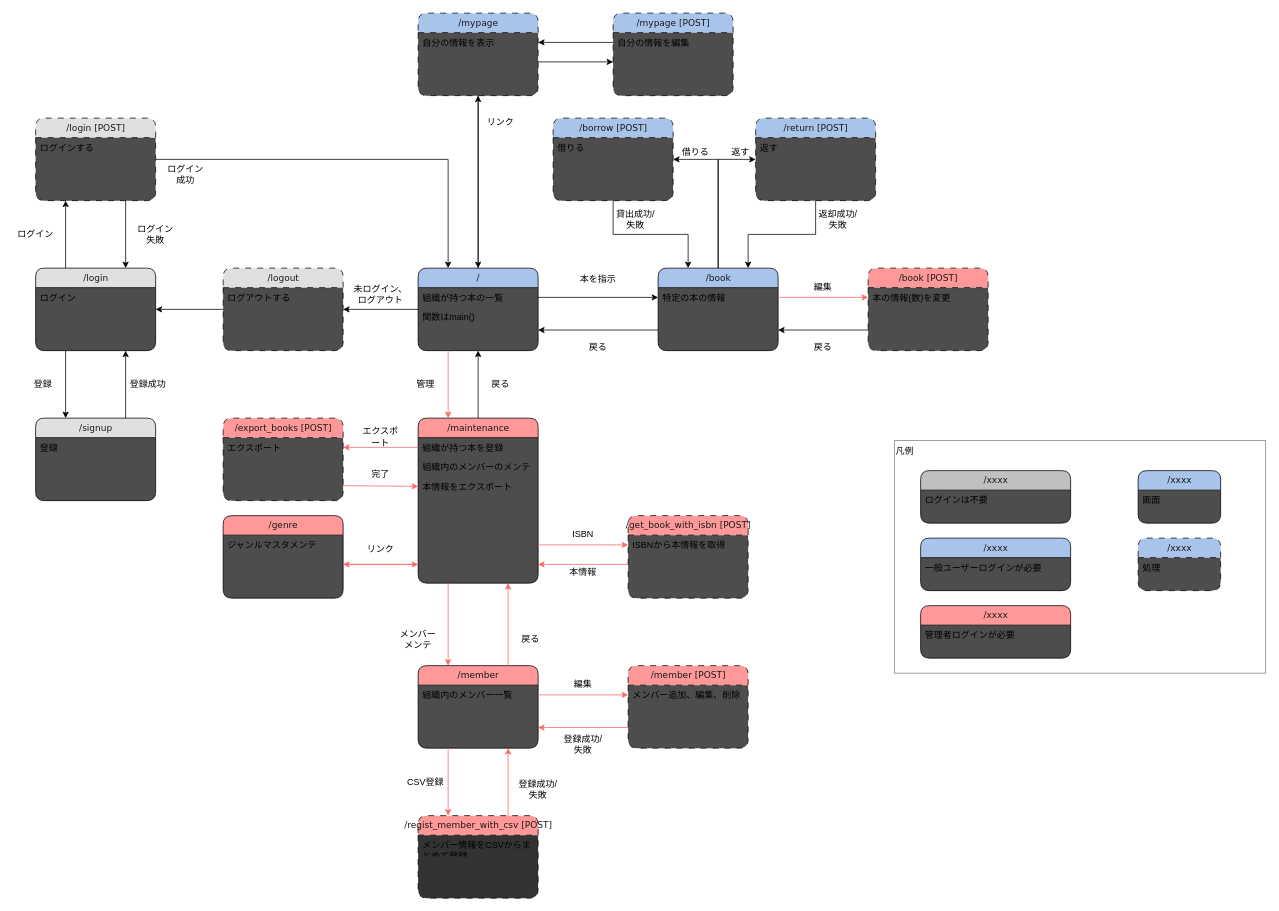
This is doc/screen_transition_diagram.drawio from yo16/bookshelf_2023, a draw.io file, before an edit. Source tidied: cells renumbered, new cells numbered last; positions are measured from the earlier drawing's top-left corner, leaving out a move shared by most shapes. Both pictures are drawn from the tidied source at 75%, with x=0, y=0 at pixel (13, 13).
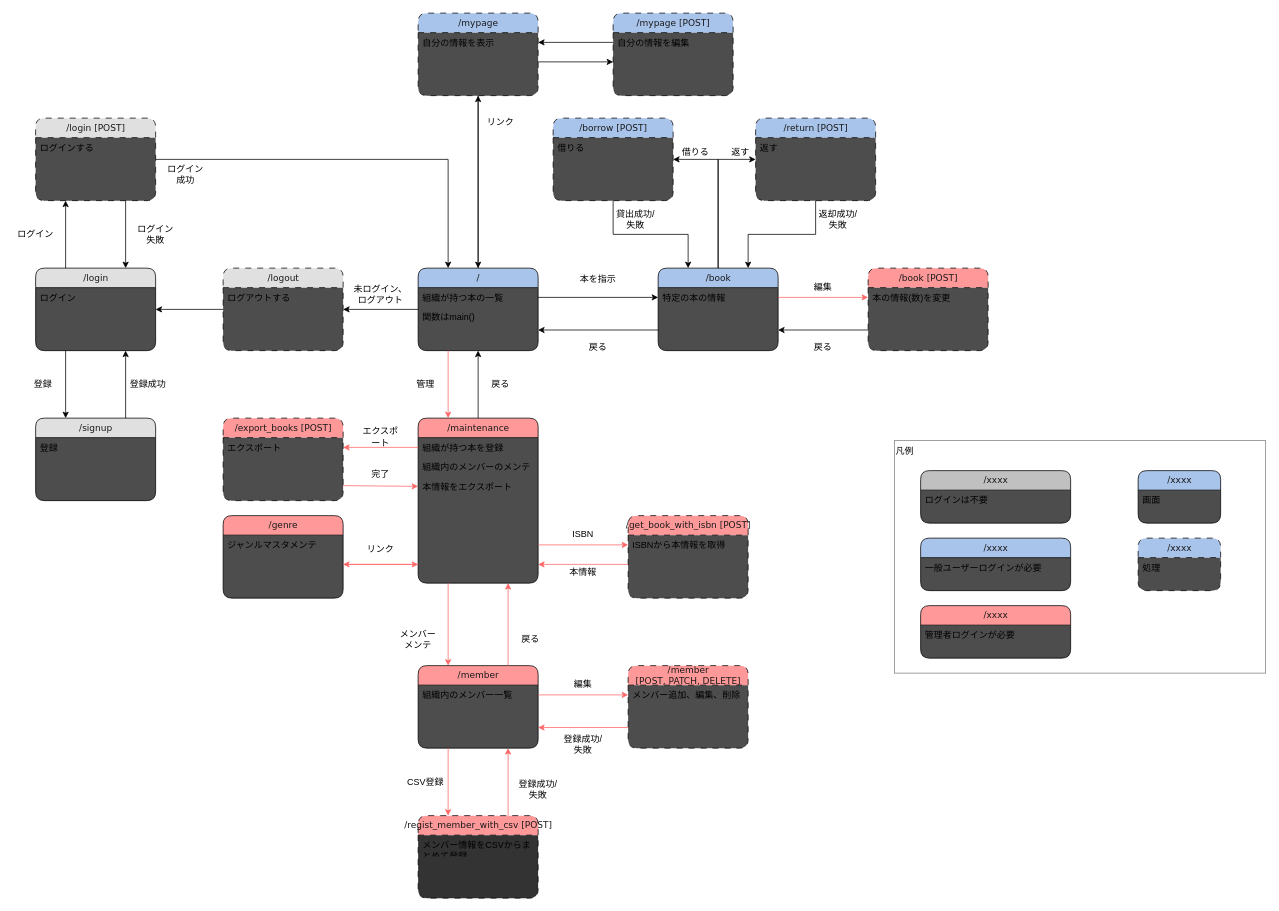
The same diagram, later.

Diff of the diagram source:
```diff
@@
-    <mxCell id="46" value="/member [POST]" style="swimlane;html=1;fontStyle=0;horizontal=1;startSize=26;fillColor=#FF9999;swimlaneFillColor=#4D4D4D;align=center;rounded=1;shadow=0;comic=0;labelBackgroundColor=none;strokeWidth=1;fontFamily=Verdana;fontSize=12;dashed=1;dashPattern=8 8;fontColor=#1A1A1A;" parent="1" vertex="1">
+    <mxCell id="46" value="/member&lt;br&gt;[POST, PATCH, DELETE]" style="swimlane;html=1;fontStyle=0;horizontal=1;startSize=26;fillColor=#FF9999;swimlaneFillColor=#4D4D4D;align=center;rounded=1;shadow=0;comic=0;labelBackgroundColor=none;strokeWidth=1;fontFamily=Verdana;fontSize=12;dashed=1;dashPattern=8 8;fontColor=#1A1A1A;" parent="1" vertex="1">
       <mxGeometry x="820" y="870" width="160" height="110" as="geometry" />
     </mxCell>
```
